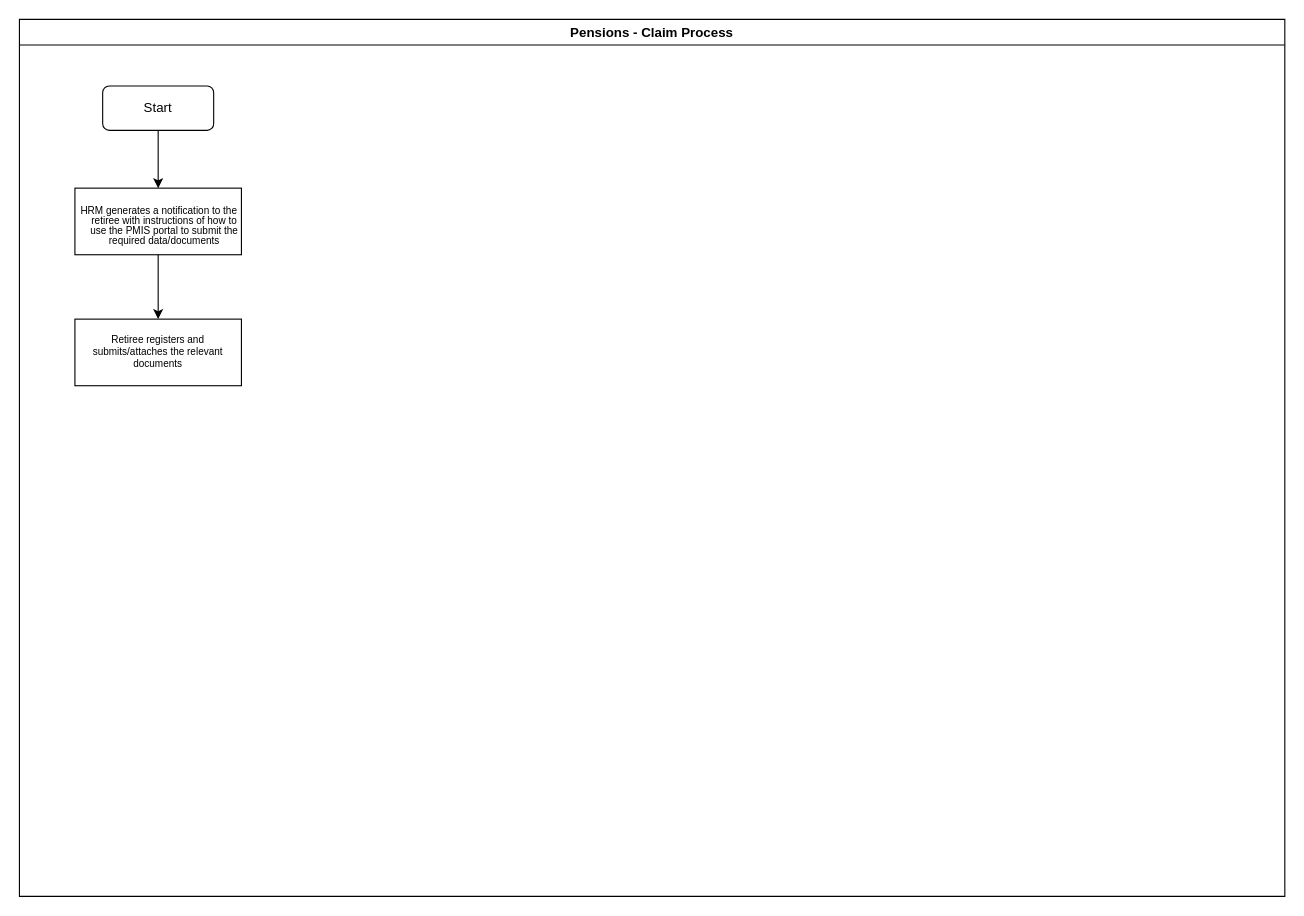
The draw.io diagram Pensions - Claims Process.drawio in kmagua/flowcharts, before the edit. Source tidied: cells renumbered, new cells numbered last; positions are measured from the earlier drawing's top-left corner, leaving out a move shared by most shapes. Both pictures are drawn from the tidied source at 111%, with x=0, y=0 at pixel (19, 19).
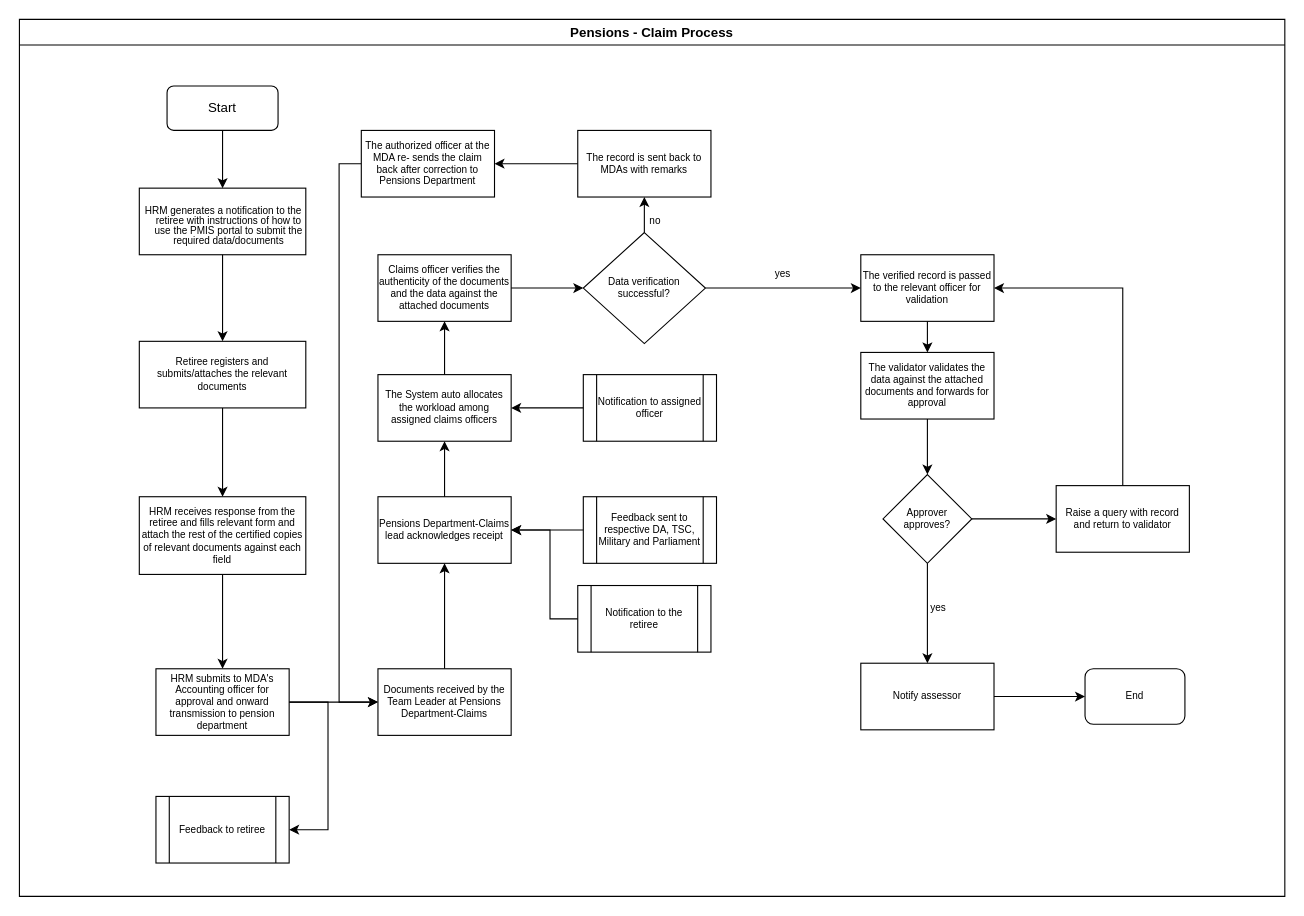
Above is the later version.

The change refers to these unchanged cells:
```xml
<mxCell id="2" value="Pensions - Claim Process" style="swimlane;" parent="1" vertex="1">
  <mxGeometry width="1140" height="790" as="geometry" />
</mxCell>
```

What changed in the source:
```diff
@@
     <mxCell id="3" value="Start" style="rounded=1;whiteSpace=wrap;html=1;" parent="2" vertex="1">
-      <mxGeometry x="75" y="60" width="100" height="40" as="geometry" />
+      <mxGeometry x="133" y="60" width="100" height="40" as="geometry" />
     </mxCell>
     <mxCell id="4" value="&lt;p style=&quot;margin-left: 0.12in ; text-indent: -0.1in ; margin-bottom: 0in ; line-height: 100% ; font-size: 9px&quot; lang=&quot;en-US&quot;&gt;&lt;font style=&quot;font-size: 9px&quot; face=&quot;Trebuchet MS, Trebuchet MS, sans-serif&quot;&gt;&lt;font style=&quot;font-size: 9px&quot;&gt;HRM generates a notification to the retiree with instructions of how to use the PMIS  portal to submit the required data/documents&lt;/font&gt;&lt;/font&gt;&lt;/p&gt;" style="rounded=0;whiteSpace=wrap;html=1;fontSize=9;" parent="2" vertex="1">
-      <mxGeometry x="50" y="152" width="150" height="60" as="geometry" />
+      <mxGeometry x="108" y="152" width="150" height="60" as="geometry" />
     </mxCell>
@@
     <mxCell id="6" value="Retiree registers and submits/attaches the relevant documents" style="whiteSpace=wrap;html=1;rounded=0;fontSize=9;" parent="2" vertex="1">
-      <mxGeometry x="50" y="270" width="150" height="60" as="geometry" />
+      <mxGeometry x="108" y="290" width="150" height="60" as="geometry" />
     </mxCell>
@@
+    <mxCell id="8" value="Pensions Department-Claims lead acknowledges receipt" style="whiteSpace=wrap;html=1;rounded=0;fontSize=9;" parent="2" vertex="1">
+      <mxGeometry x="323" y="430" width="120" height="60" as="geometry" />
+    </mxCell>
+    <mxCell id="9" value="Feedback sent to respective DA, TSC, Military and Parliament" style="shape=process;whiteSpace=wrap;html=1;backgroundOutline=1;fontSize=9;" parent="2" vertex="1">
+      <mxGeometry x="508" y="430" width="120" height="60" as="geometry" />
+    </mxCell>
+    <mxCell id="10" style="edgeStyle=orthogonalEdgeStyle;rounded=0;jettySize=auto;html=1;fontSize=9;entryX=1;entryY=0.5;entryDx=0;entryDy=0;" parent="2" edge="1" source="9" target="8">
+      <mxGeometry relative="1" as="geometry" />
+    </mxCell>
+    <mxCell id="11" value="Feedback to retiree" style="shape=process;whiteSpace=wrap;html=1;backgroundOutline=1;fontSize=9;" parent="2" vertex="1">
+      <mxGeometry x="123" y="700" width="120" height="60" as="geometry" />
+    </mxCell>
+    <mxCell id="12" value="Notification to assigned officer" style="shape=process;whiteSpace=wrap;html=1;backgroundOutline=1;fontSize=9;" parent="2" vertex="1">
+      <mxGeometry x="508" y="320" width="120" height="60" as="geometry" />
+    </mxCell>
+    <mxCell id="13" value="Notification to the retiree" style="shape=process;whiteSpace=wrap;html=1;backgroundOutline=1;fontSize=9;" parent="2" vertex="1">
+      <mxGeometry x="503" y="510" width="120" height="60" as="geometry" />
+    </mxCell>
+    <mxCell id="14" style="edgeStyle=orthogonalEdgeStyle;rounded=0;jettySize=auto;html=1;fontSize=9;entryX=1;entryY=0.5;entryDx=0;entryDy=0;" parent="2" edge="1" source="13" target="8">
+      <mxGeometry relative="1" as="geometry">
+        <Array as="points">
+          <mxPoint x="478" y="540" />
+          <mxPoint x="478" y="460" />
+        </Array>
+      </mxGeometry>
+    </mxCell>
+    <mxCell id="15" value="The verified record is passed to the relevant officer for validation" style="whiteSpace=wrap;html=1;rounded=0;fontSize=9;" parent="2" vertex="1">
+      <mxGeometry x="758" y="212" width="120" height="60" as="geometry" />
+    </mxCell>
+    <mxCell id="16" value="yes" style="text;html=1;strokeColor=none;fillColor=none;align=center;verticalAlign=middle;whiteSpace=wrap;rounded=0;fontSize=9;" parent="2" vertex="1">
+      <mxGeometry x="668" y="220" width="40" height="20" as="geometry" />
+    </mxCell>
+    <mxCell id="17" value="no" style="text;html=1;strokeColor=none;fillColor=none;align=center;verticalAlign=middle;whiteSpace=wrap;rounded=0;fontSize=9;" parent="2" vertex="1">
+      <mxGeometry x="553" y="172" width="40" height="20" as="geometry" />
+    </mxCell>
+    <mxCell id="18" value="The record is sent back to MDAs with remarks" style="whiteSpace=wrap;html=1;rounded=0;fontSize=9;" parent="2" vertex="1">
+      <mxGeometry x="503" y="100" width="120" height="60" as="geometry" />
+    </mxCell>
+    <mxCell id="19" value="Claims officer verifies the authenticity of the documents and the data against the attached documents" style="whiteSpace=wrap;html=1;rounded=0;fontSize=9;" parent="2" vertex="1">
+      <mxGeometry x="323" y="212" width="120" height="60" as="geometry" />
+    </mxCell>
+    <mxCell id="20" value="Data verification successful?" style="rhombus;whiteSpace=wrap;html=1;rounded=0;fontSize=9;" parent="2" vertex="1">
+      <mxGeometry x="508" y="192" width="110" height="100" as="geometry" />
+    </mxCell>
+    <mxCell id="21" style="edgeStyle=orthogonalEdgeStyle;rounded=0;jettySize=auto;html=1;fontSize=9;" parent="2" edge="1" source="19" target="20">
+      <mxGeometry relative="1" as="geometry" />
+    </mxCell>
+    <mxCell id="22" style="edgeStyle=orthogonalEdgeStyle;rounded=0;jettySize=auto;html=1;fontSize=9;" parent="2" edge="1" source="20" target="15">
+      <mxGeometry relative="1" as="geometry" />
+    </mxCell>
+    <mxCell id="23" style="edgeStyle=orthogonalEdgeStyle;rounded=0;jettySize=auto;html=1;fontSize=9;" parent="2" edge="1" source="20" target="18">
+      <mxGeometry relative="1" as="geometry" />
+    </mxCell>
+    <mxCell id="24" value="Approver approves?" style="rhombus;whiteSpace=wrap;html=1;fontSize=9;" parent="2" vertex="1">
+      <mxGeometry x="778" y="410" width="80" height="80" as="geometry" />
+    </mxCell>
+    <mxCell id="25" value="End" style="rounded=1;whiteSpace=wrap;html=1;fontSize=9;" parent="2" vertex="1">
+      <mxGeometry x="960" y="585" width="90" height="50" as="geometry" />
+    </mxCell>
+    <mxCell id="26" value="yes" style="text;html=1;strokeColor=none;fillColor=none;align=center;verticalAlign=middle;whiteSpace=wrap;rounded=0;fontSize=9;" parent="2" vertex="1">
+      <mxGeometry x="808" y="520" width="40" height="20" as="geometry" />
+    </mxCell>
+    <mxCell id="27" value="The System auto allocates the workload among assigned claims officers" style="whiteSpace=wrap;html=1;rounded=0;fontSize=9;" parent="2" vertex="1">
+      <mxGeometry x="323" y="320" width="120" height="60" as="geometry" />
+    </mxCell>
+    <mxCell id="28" style="edgeStyle=orthogonalEdgeStyle;rounded=0;jettySize=auto;html=1;fontSize=9;" parent="2" edge="1" source="8" target="27">
+      <mxGeometry relative="1" as="geometry" />
+    </mxCell>
+    <mxCell id="29" style="edgeStyle=orthogonalEdgeStyle;rounded=0;jettySize=auto;html=1;fontSize=9;" parent="2" edge="1" source="12" target="27">
+      <mxGeometry relative="1" as="geometry" />
+    </mxCell>
+    <mxCell id="30" style="edgeStyle=orthogonalEdgeStyle;rounded=0;jettySize=auto;html=1;fontSize=9;" parent="2" edge="1" source="27" target="19">
+      <mxGeometry relative="1" as="geometry" />
+    </mxCell>
+    <mxCell id="31" value="The validator validates the data against the attached documents and forwards for approval" style="whiteSpace=wrap;html=1;rounded=0;fontSize=9;" parent="2" vertex="1">
+      <mxGeometry x="758" y="300" width="120" height="60" as="geometry" />
+    </mxCell>
+    <mxCell id="32" style="edgeStyle=orthogonalEdgeStyle;rounded=0;jettySize=auto;html=1;fontSize=9;" parent="2" edge="1" source="15" target="31">
+      <mxGeometry relative="1" as="geometry" />
+    </mxCell>
+    <mxCell id="33" style="edgeStyle=orthogonalEdgeStyle;rounded=0;jettySize=auto;html=1;fontSize=9;entryX=0.5;entryY=0;entryDx=0;entryDy=0;" parent="2" edge="1" source="31" target="24">
+      <mxGeometry relative="1" as="geometry" />
+    </mxCell>
+    <mxCell id="34" style="edgeStyle=orthogonalEdgeStyle;rounded=0;jettySize=auto;html=1;fontSize=9;" parent="1" edge="1" source="35" target="38">
+      <mxGeometry relative="1" as="geometry" />
+    </mxCell>
+    <mxCell id="35" value="HRM receives response from the retiree and fills relevant form and attach the rest of the certified copies of relevant documents against each field" style="whiteSpace=wrap;html=1;rounded=0;fontSize=9;" parent="1" vertex="1">
+      <mxGeometry x="108" y="430" width="150" height="70" as="geometry" />
+    </mxCell>
+    <mxCell id="36" style="edgeStyle=orthogonalEdgeStyle;rounded=0;jettySize=auto;html=1;fontSize=9;" parent="1" edge="1" source="6" target="35">
+      <mxGeometry relative="1" as="geometry" />
+    </mxCell>
+    <mxCell id="37" style="edgeStyle=orthogonalEdgeStyle;rounded=0;jettySize=auto;html=1;fontSize=9;" parent="1" edge="1" source="38" target="40">
+      <mxGeometry relative="1" as="geometry" />
+    </mxCell>
+    <mxCell id="38" value="HRM submits to MDA's Accounting officer for approval and onward transmission to pension department" style="whiteSpace=wrap;html=1;rounded=0;fontSize=9;" parent="1" vertex="1">
+      <mxGeometry x="123" y="585" width="120" height="60" as="geometry" />
+    </mxCell>
+    <mxCell id="39" style="edgeStyle=orthogonalEdgeStyle;rounded=0;jettySize=auto;html=1;fontSize=9;" parent="1" edge="1" source="40" target="8">
+      <mxGeometry relative="1" as="geometry" />
+    </mxCell>
+    <mxCell id="40" value="Documents received by the Team Leader at Pensions Department-Claims" style="whiteSpace=wrap;html=1;rounded=0;fontSize=9;" parent="1" vertex="1">
+      <mxGeometry x="323" y="585" width="120" height="60" as="geometry" />
+    </mxCell>
+    <mxCell id="41" style="edgeStyle=orthogonalEdgeStyle;rounded=0;jettySize=auto;html=1;fontSize=9;exitX=1;exitY=0.5;exitDx=0;exitDy=0;entryX=1;entryY=0.5;entryDx=0;entryDy=0;" parent="1" edge="1" source="38" target="11">
+      <mxGeometry relative="1" as="geometry">
+        <Array as="points">
+          <mxPoint x="278" y="615" />
+          <mxPoint x="278" y="730" />
+        </Array>
+      </mxGeometry>
+    </mxCell>
+    <mxCell id="42" style="edgeStyle=orthogonalEdgeStyle;rounded=0;jettySize=auto;html=1;fontSize=9;entryX=0;entryY=0.5;entryDx=0;entryDy=0;exitX=0;exitY=0.5;exitDx=0;exitDy=0;" parent="1" edge="1" source="43" target="40">
+      <mxGeometry relative="1" as="geometry">
+        <Array as="points">
+          <mxPoint x="288" y="130" />
+          <mxPoint x="288" y="615" />
+        </Array>
+      </mxGeometry>
+    </mxCell>
+    <mxCell id="43" value="The authorized officer at the MDA re- sends the claim back after correction to Pensions Department" style="whiteSpace=wrap;html=1;rounded=0;fontSize=9;" parent="1" vertex="1">
+      <mxGeometry x="308" y="100" width="120" height="60" as="geometry" />
+    </mxCell>
+    <mxCell id="44" style="edgeStyle=orthogonalEdgeStyle;rounded=0;jettySize=auto;html=1;fontSize=9;" parent="1" edge="1" source="18" target="43">
+      <mxGeometry relative="1" as="geometry" />
+    </mxCell>
+    <mxCell id="45" style="edgeStyle=orthogonalEdgeStyle;rounded=0;jettySize=auto;html=1;fontSize=9;entryX=0;entryY=0.5;entryDx=0;entryDy=0;" parent="1" edge="1" source="46" target="25">
+      <mxGeometry relative="1" as="geometry" />
+    </mxCell>
+    <mxCell id="46" value="Notify assessor" style="whiteSpace=wrap;html=1;fontSize=9;" parent="1" vertex="1">
+      <mxGeometry x="758" y="580" width="120" height="60" as="geometry" />
+    </mxCell>
+    <mxCell id="47" style="edgeStyle=orthogonalEdgeStyle;rounded=0;jettySize=auto;html=1;fontSize=9;" parent="1" edge="1" source="24" target="46">
+      <mxGeometry relative="1" as="geometry" />
+    </mxCell>
+    <mxCell id="48" style="edgeStyle=orthogonalEdgeStyle;rounded=0;jettySize=auto;html=1;fontSize=9;entryX=1;entryY=0.5;entryDx=0;entryDy=0;exitX=0.5;exitY=0;exitDx=0;exitDy=0;" parent="1" edge="1" source="49" target="15">
+      <mxGeometry relative="1" as="geometry">
+        <Array as="points">
+          <mxPoint x="994" y="242" />
+        </Array>
+      </mxGeometry>
+    </mxCell>
+    <mxCell id="49" value="Raise a query with record and return to validator" style="whiteSpace=wrap;html=1;fontSize=9;" parent="1" vertex="1">
+      <mxGeometry x="934" y="420" width="120" height="60" as="geometry" />
+    </mxCell>
+    <mxCell id="50" style="edgeStyle=orthogonalEdgeStyle;rounded=0;jettySize=auto;html=1;fontSize=9;" parent="1" edge="1" source="24" target="49">
+      <mxGeometry relative="1" as="geometry" />
+    </mxCell>
```
